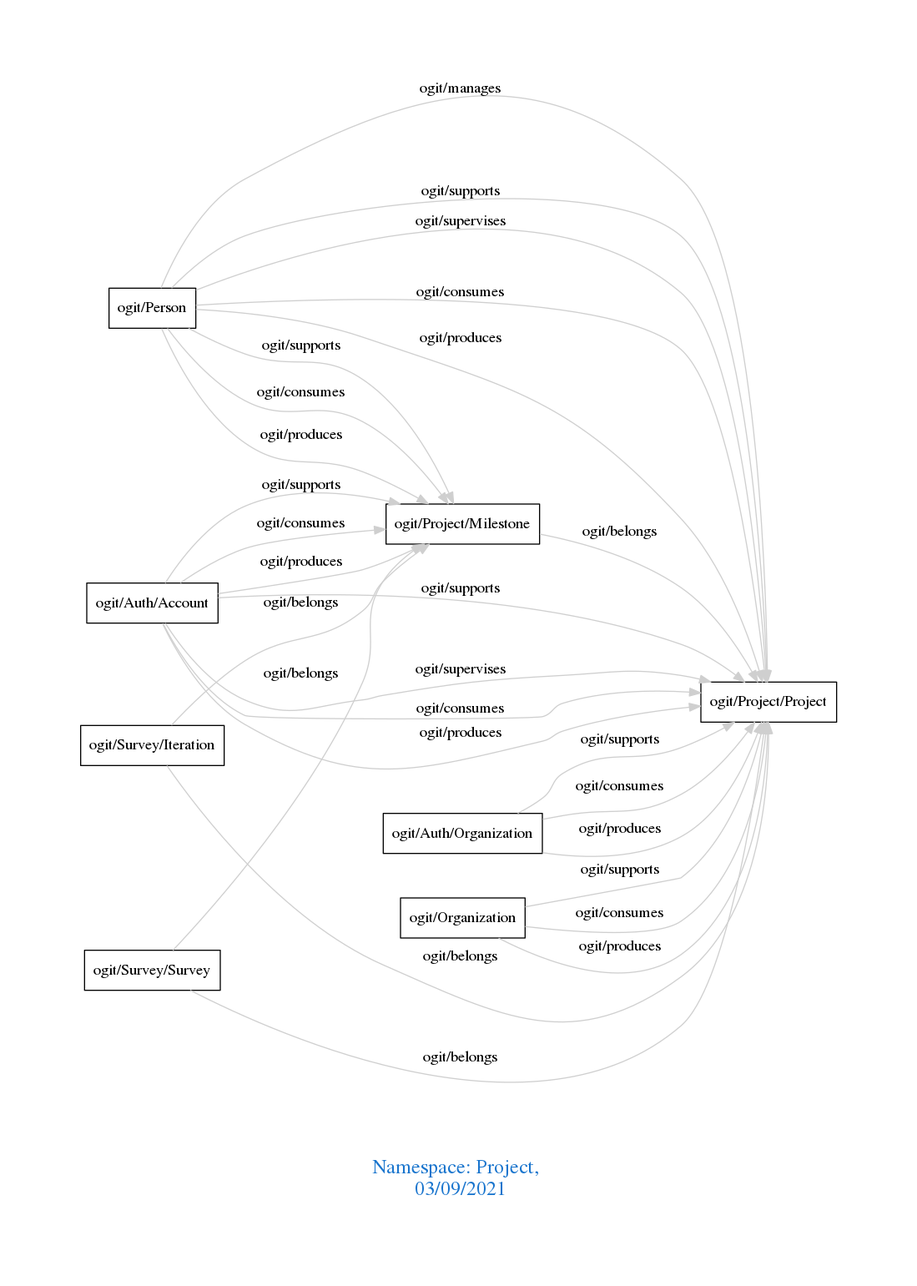
Before: downloads/Project.png, a diagram exported from Graphviz (arago/OGIT). Its source is kept beside it as downloads/Project.dot.
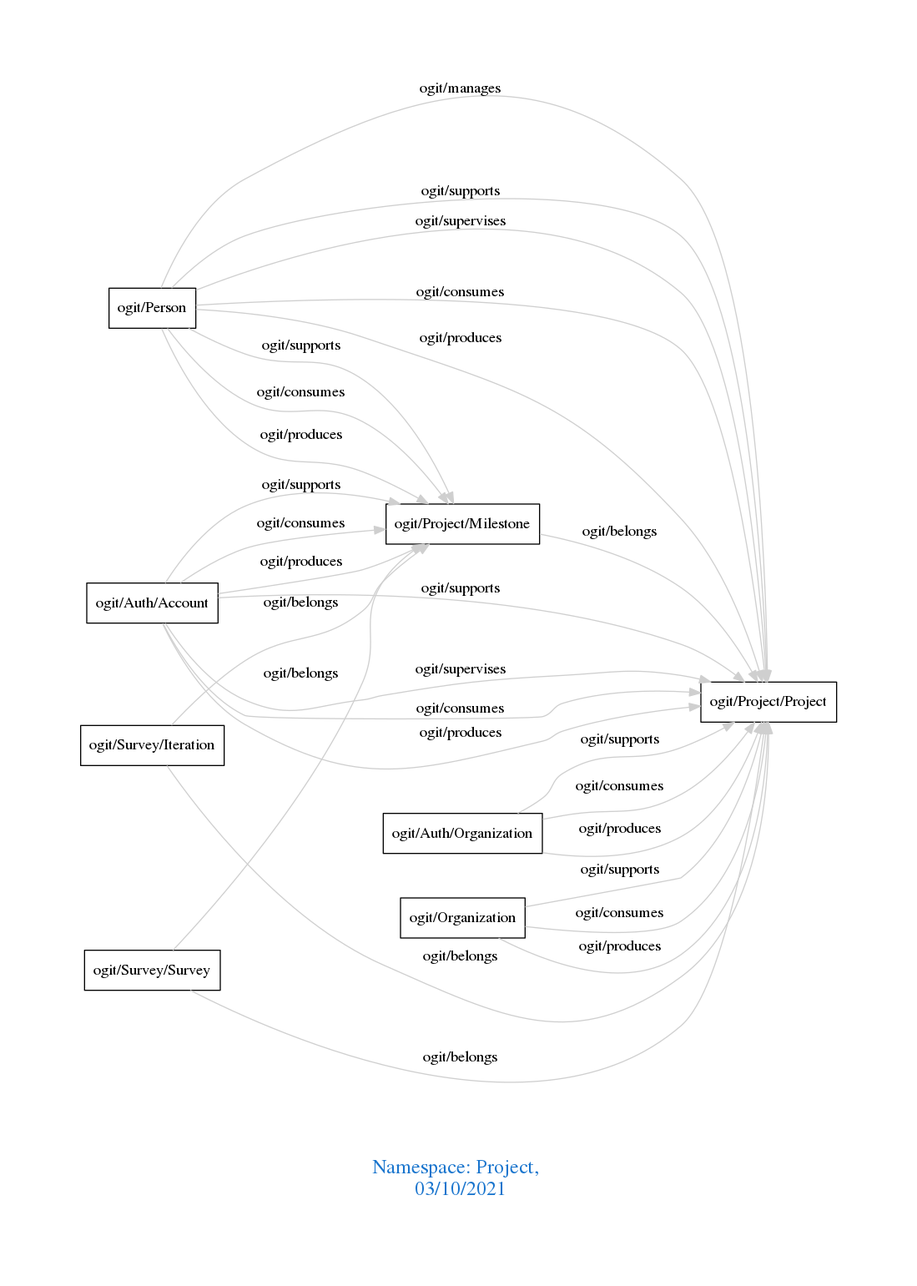
The same file after the commit.

Change to the diagram source:
```diff
@@ -1,7 +1,7 @@
 digraph OGIT_ontology {
  graph [ rankdir= LR,pad=1
 fontsize = 18,
-fontcolor= dodgerblue3,label = "\n\n\nNamespace: Project, \n 03/09/2021"];
+fontcolor= dodgerblue3,label = "\n\n\nNamespace: Project, \n 03/10/2021"];
 node[shape=polygon];
 edge [  color="gray81"];
 
```
